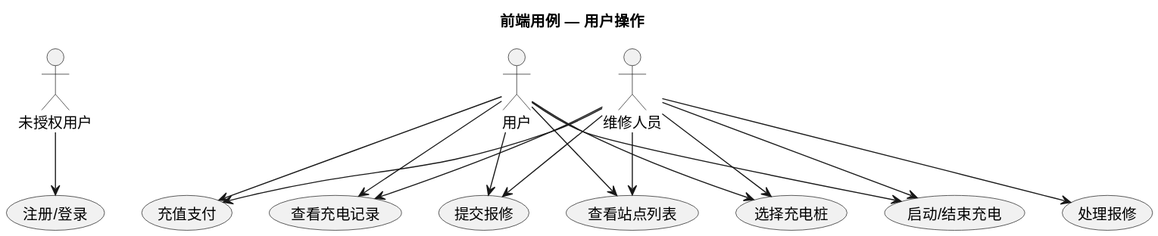
This is usecase/docs/frontend/img/frontend_usecases.svg from greenhandzdl/charging-station-doc, a PlantUML export, as it was before one commit.
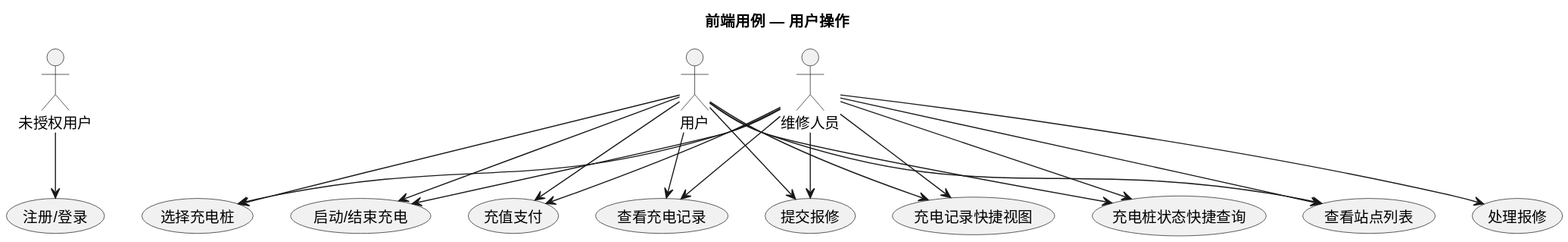
After the commit.

Change to the diagram source:
```diff
@@ -14,6 +14,8 @@
 usecase "查看充电记录" as VCR
 usecase "提交报修" as SRT
 usecase "处理报修" as HR
+usecase "充电记录快捷视图" as QV
+usecase "充电桩状态快捷查询" as QC
 
 G --> LOG
 U --> VSL
@@ -22,6 +24,8 @@
 U --> PAY
 U --> VCR
 U --> SRT
+U --> QV
+U --> QC
 M --> VSL
 M --> SC
 M --> CS
@@ -29,4 +33,6 @@
 M --> VCR
 M --> SRT
 M --> HR
+M --> QV
+M --> QC
 @enduml
```
